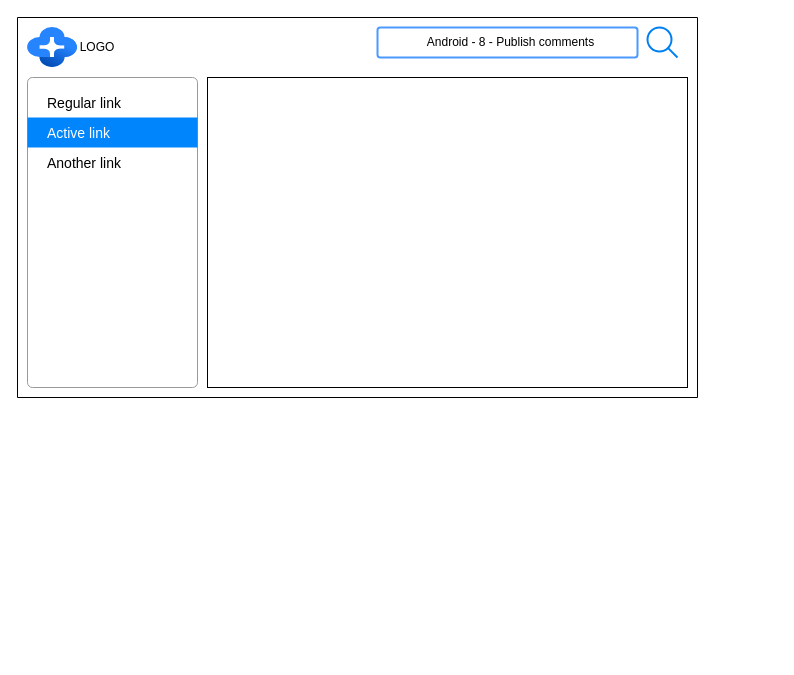
The draw.io diagram NLab/help system.drawio in zhugy08/drawio, before the edit. Source tidied: cells renumbered, new cells numbered last; positions are measured from the earlier drawing's top-left corner, leaving out a move shared by most shapes. Both pictures are drawn from the tidied source at 100%, with x=0, y=0 at pixel (17, 17).
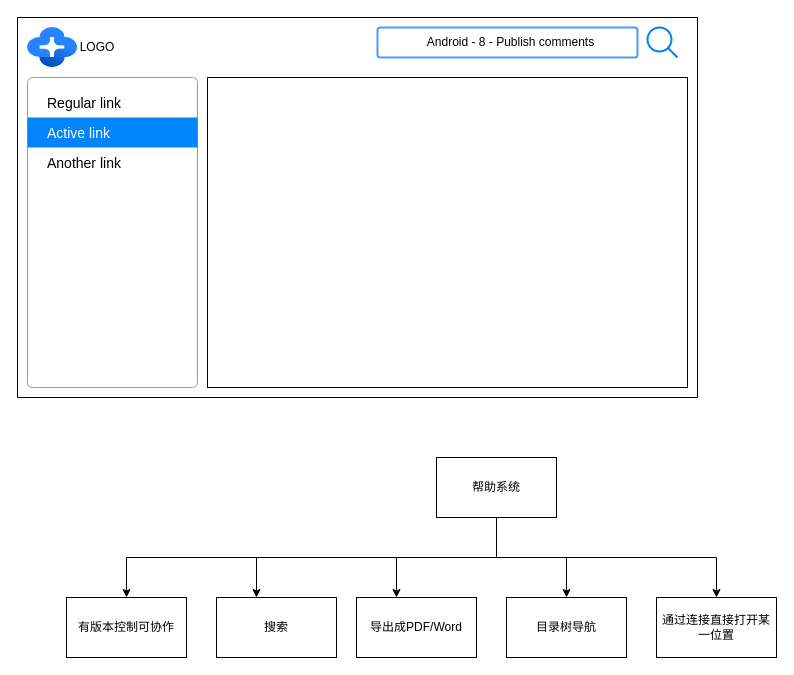
Above is the later version.

Change to the diagram source:
```diff
@@
+    <mxCell id="12" style="edgeStyle=orthogonalEdgeStyle;rounded=0;jettySize=auto;html=1;" parent="1" edge="1" source="17" target="18">
+      <mxGeometry relative="1" as="geometry" />
+    </mxCell>
+    <mxCell id="13" style="edgeStyle=orthogonalEdgeStyle;rounded=0;jettySize=auto;html=1;" parent="1" edge="1" source="17" target="19">
+      <mxGeometry relative="1" as="geometry">
+        <Array as="points">
+          <mxPoint x="479" y="540" />
+          <mxPoint x="239" y="540" />
+        </Array>
+      </mxGeometry>
+    </mxCell>
+    <mxCell id="14" style="edgeStyle=orthogonalEdgeStyle;rounded=0;jettySize=auto;html=1;" parent="1" edge="1" source="17" target="20">
+      <mxGeometry relative="1" as="geometry">
+        <Array as="points">
+          <mxPoint x="479" y="540" />
+          <mxPoint x="379" y="540" />
+        </Array>
+      </mxGeometry>
+    </mxCell>
+    <mxCell id="15" style="edgeStyle=orthogonalEdgeStyle;rounded=0;jettySize=auto;html=1;entryX=0.5;entryY=0;entryDx=0;entryDy=0;" parent="1" edge="1" source="17" target="21">
+      <mxGeometry relative="1" as="geometry">
+        <Array as="points">
+          <mxPoint x="479" y="540" />
+          <mxPoint x="699" y="540" />
+        </Array>
+      </mxGeometry>
+    </mxCell>
+    <mxCell id="16" style="edgeStyle=orthogonalEdgeStyle;rounded=0;jettySize=auto;html=1;" parent="1" edge="1" source="17" target="22">
+      <mxGeometry relative="1" as="geometry">
+        <Array as="points">
+          <mxPoint x="479" y="540" />
+          <mxPoint x="109" y="540" />
+        </Array>
+      </mxGeometry>
+    </mxCell>
+    <mxCell id="17" value="帮助系统" style="rounded=0;whiteSpace=wrap;html=1;" parent="1" vertex="1">
+      <mxGeometry x="419" y="440" width="120" height="60" as="geometry" />
+    </mxCell>
+    <mxCell id="18" value="目录树导航" style="whiteSpace=wrap;html=1;rounded=0;" parent="1" vertex="1">
+      <mxGeometry x="489" y="580" width="120" height="60" as="geometry" />
+    </mxCell>
+    <mxCell id="19" value="搜索" style="whiteSpace=wrap;html=1;rounded=0;" parent="1" vertex="1">
+      <mxGeometry x="199" y="580" width="120" height="60" as="geometry" />
+    </mxCell>
+    <mxCell id="20" value="导出成PDF/Word" style="whiteSpace=wrap;html=1;rounded=0;" parent="1" vertex="1">
+      <mxGeometry x="339" y="580" width="120" height="60" as="geometry" />
+    </mxCell>
+    <mxCell id="21" value="通过连接直接打开某一位置" style="whiteSpace=wrap;html=1;rounded=0;" parent="1" vertex="1">
+      <mxGeometry x="639" y="580" width="120" height="60" as="geometry" />
+    </mxCell>
+    <mxCell id="22" value="有版本控制可协作" style="whiteSpace=wrap;html=1;rounded=0;" parent="1" vertex="1">
+      <mxGeometry x="49" y="580" width="120" height="60" as="geometry" />
+    </mxCell>
```
